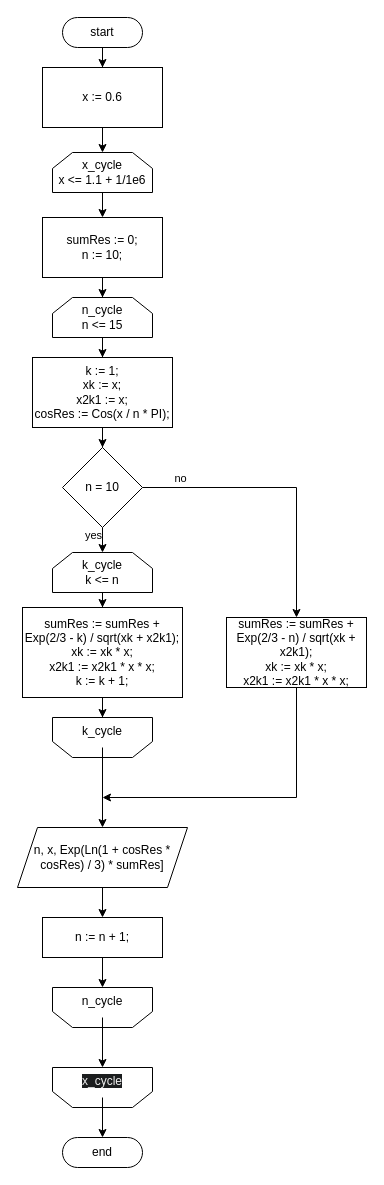
Before: task2/schema.drawio in bsuir-readyk/oaip-2, a draw.io diagram. Source tidied: cells renumbered, new cells numbered last; positions are measured from the earlier drawing's top-left corner, leaving out a move shared by most shapes. Both pictures are drawn from the tidied source at 100%, with x=0, y=0 at pixel (17, 17).
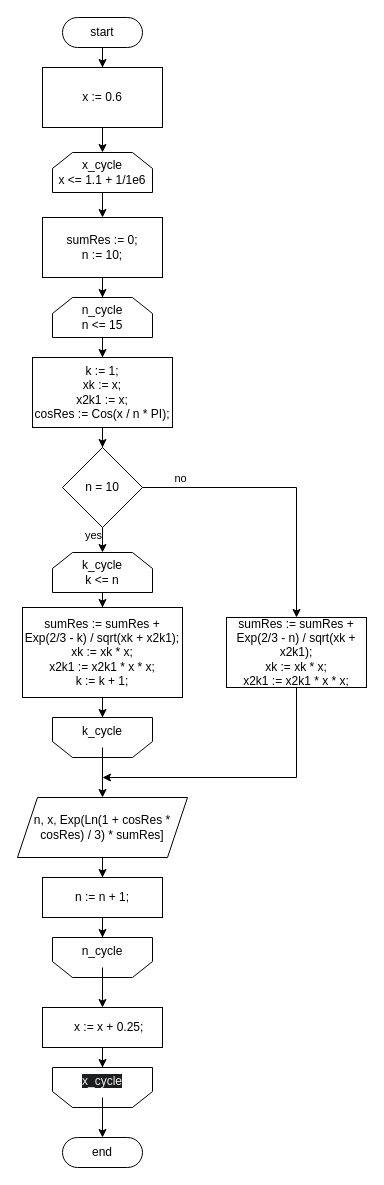
The same diagram, later.

Unchanged cells that the change refers to:
```xml
<mxCell id="11" value="&lt;span style=&quot;color: rgb(240, 240, 240); font-family: Helvetica; font-size: 12px; font-style: normal; font-variant-ligatures: normal; font-variant-caps: normal; font-weight: 400; letter-spacing: normal; orphans: 2; text-indent: 0px; text-transform: none; widows: 2; word-spacing: 0px; -webkit-text-stroke-width: 0px; white-space: normal; background-color: rgb(27, 29, 30); text-decoration-thickness: initial; text-decoration-style: initial; text-decoration-color: initial; float: none; display: inline !important;&quot;&gt;x_cycle&lt;/span&gt;" style="text;whiteSpace=wrap;html=1;align=center;" parent="9" vertex="1">
  <mxGeometry width="100" height="30" as="geometry" />
</mxCell>
<mxCell id="26" value="n_cycle" style="text;whiteSpace=wrap;html=1;align=center;" parent="24" vertex="1">
  <mxGeometry width="100" height="30" as="geometry" />
</mxCell>
<mxCell id="34" value="&lt;div&gt;sumRes := sumRes + Exp(2/3 - n) / sqrt(xk + x2k1);&lt;/div&gt;&lt;div&gt;xk := xk * x;&lt;/div&gt;&lt;div&gt;x2k1 := x2k1 * x * x;&lt;/div&gt;" style="whiteSpace=wrap;html=1;" parent="1" vertex="1">
  <mxGeometry x="209" y="600" width="140" height="70" as="geometry" />
</mxCell>
```

The edit, as a diff of the source:
```diff
@@
     <mxCell id="24" style="group;" parent="1" vertex="1">
-      <mxGeometry x="35" y="970" width="100" height="40" as="geometry" />
+      <mxGeometry x="35" y="920" width="100" height="40" as="geometry" />
     </mxCell>
@@
-    <mxCell id="27" style="edgeStyle=orthogonalEdgeStyle;rounded=0;jettySize=auto;html=1;" parent="1" edge="1" source="26" target="11">
+    <mxCell id="27" style="edgeStyle=orthogonalEdgeStyle;rounded=0;jettySize=auto;html=1;" parent="1" edge="1" source="43" target="11">
       <mxGeometry relative="1" as="geometry" />
     </mxCell>
@@
     <mxCell id="33" style="edgeStyle=orthogonalEdgeStyle;rounded=0;jettySize=auto;html=1;exitX=0.5;exitY=1;exitDx=0;exitDy=0;" parent="1" edge="1" source="34">
       <mxGeometry relative="1" as="geometry">
-        <mxPoint x="85" y="780" as="targetPoint" />
+        <mxPoint x="85" y="760" as="targetPoint" />
         <Array as="points">
-          <mxPoint x="279" y="780" />
+          <mxPoint x="279" y="760" />
         </Array>
       </mxGeometry>
     </mxCell>
@@
     <mxCell id="38" value="n, x, Exp(Ln(1 + cosRes * cosRes) / 3) * sumRes]" style="shape=parallelogram;perimeter=parallelogramPerimeter;whiteSpace=wrap;html=1;fixedSize=1;" parent="1" vertex="1">
-      <mxGeometry y="810" width="170" height="60" as="geometry" />
+      <mxGeometry y="780" width="170" height="60" as="geometry" />
     </mxCell>
@@
     <mxCell id="41" value="n := n + 1;" style="rounded=0;whiteSpace=wrap;html=1;" parent="1" vertex="1">
-      <mxGeometry x="25" y="900" width="120" height="40" as="geometry" />
+      <mxGeometry x="25" y="860" width="120" height="40" as="geometry" />
     </mxCell>
+    <mxCell id="42" style="edgeStyle=orthogonalEdgeStyle;rounded=0;jettySize=auto;html=1;" parent="1" edge="1" source="26" target="43">
+      <mxGeometry relative="1" as="geometry" />
+    </mxCell>
+    <mxCell id="43" value="&lt;div&gt;&amp;nbsp; &amp;nbsp; x := x + 0.25;&lt;/div&gt;" style="rounded=0;whiteSpace=wrap;html=1;" parent="1" vertex="1">
+      <mxGeometry x="25" y="990" width="120" height="40" as="geometry" />
+    </mxCell>
```
